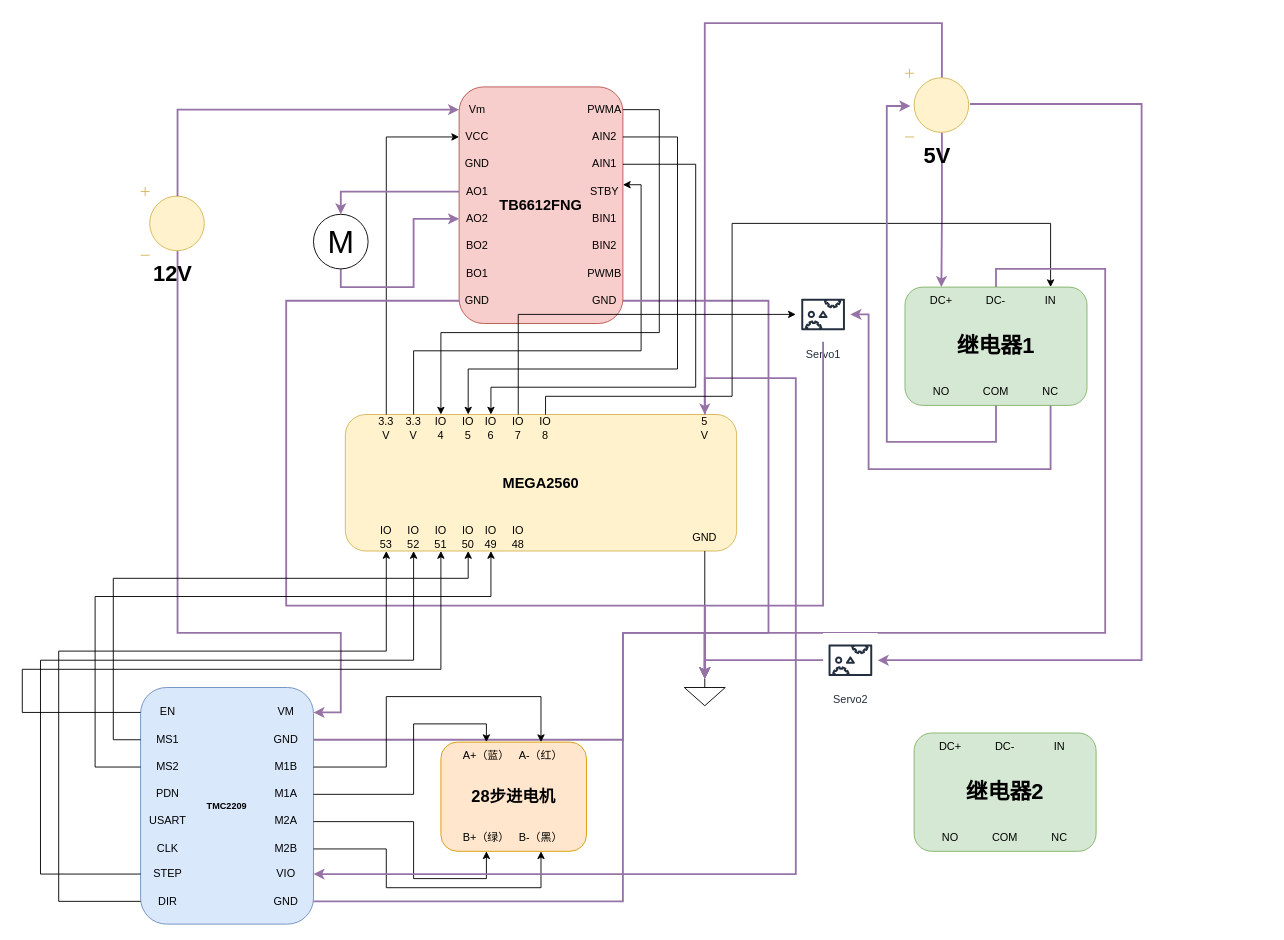
Above: 电路图出纸.drawio in xinlanzi/Induisal-design (draw.io), before the change. Source tidied: cells renumbered, new cells numbered last; positions are measured from the earlier drawing's top-left corner, leaving out a move shared by most shapes. Both pictures are drawn from the tidied source at 91%, with x=0, y=0 at pixel (22, 23).
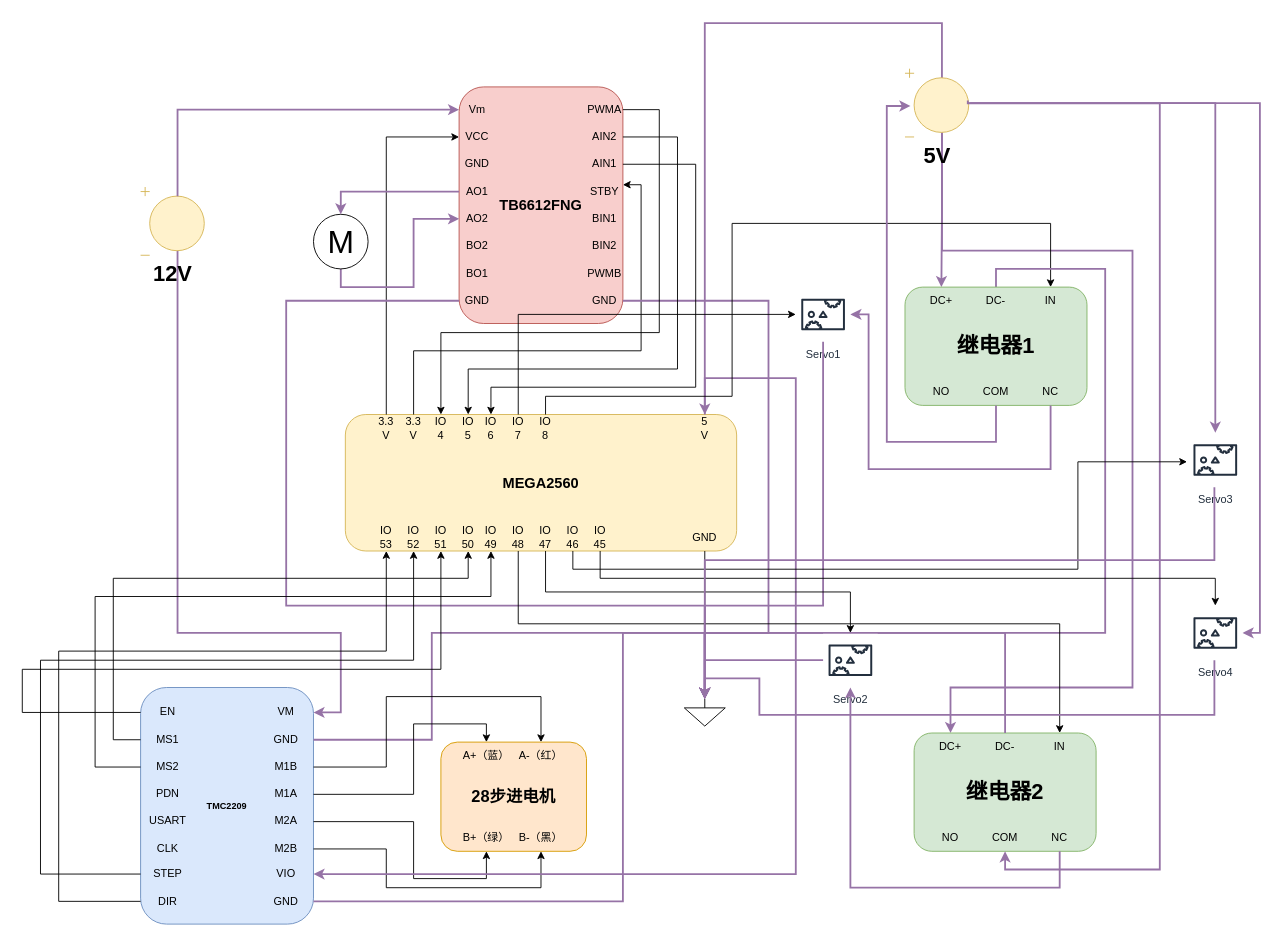
The same page after the edit.

Commit message:
更新电路图出纸.drawio

The change refers to these unchanged cells:
```xml
<mxCell id="23" style="group;" parent="1" vertex="1">
  <mxGeometry x="355" y="430" width="430" height="150" as="geometry" />
</mxCell>
<mxCell id="38" value="IO&lt;div&gt;48&lt;/div&gt;" style="text;html=1;whiteSpace=wrap;strokeColor=none;fillColor=none;align=center;verticalAlign=middle;rounded=0;" parent="23" vertex="1">
  <mxGeometry x="175" y="120" width="30" height="30" as="geometry" />
</mxCell>
<mxCell id="65" value="GND" style="text;html=1;whiteSpace=wrap;strokeColor=none;fillColor=none;align=center;verticalAlign=middle;rounded=0;" parent="54" vertex="1">
  <mxGeometry x="130" y="42.4" width="60" height="30" as="geometry" />
</mxCell>
<mxCell id="92" value="&lt;font style=&quot;font-size: 24px;&quot;&gt;&lt;b&gt;5V&lt;/b&gt;&lt;/font&gt;" style="verticalLabelPosition=bottom;shadow=0;dashed=0;align=center;html=1;verticalAlign=top;shape=mxgraph.electrical.signal_sources.dc_source_1;fillColor=#fff2cc;strokeColor=#d6b656;rotation=0;" parent="1" vertex="1">
  <mxGeometry x="970" y="50" width="70" height="75" as="geometry" />
</mxCell>
<mxCell id="106" value="Servo2" style="sketch=0;outlineConnect=0;fontColor=#232F3E;gradientColor=none;strokeColor=#232F3E;fillColor=#ffffff;dashed=0;verticalLabelPosition=bottom;verticalAlign=top;align=center;html=1;fontSize=12;fontStyle=0;shape=mxgraph.aws4.resourceIcon;resIcon=mxgraph.aws4.servo;" parent="1" vertex="1">
  <mxGeometry x="880" y="670" width="60" height="60" as="geometry" />
</mxCell>
<mxCell id="111" value="DC-" style="text;html=1;whiteSpace=wrap;strokeColor=none;fillColor=none;align=center;verticalAlign=middle;rounded=0;" parent="109" vertex="1">
  <mxGeometry x="70" width="60" height="30" as="geometry" />
</mxCell>
<mxCell id="112" value="DC+" style="text;html=1;whiteSpace=wrap;strokeColor=none;fillColor=none;align=center;verticalAlign=middle;rounded=0;" parent="109" vertex="1">
  <mxGeometry x="10" width="60" height="30" as="geometry" />
</mxCell>
<mxCell id="113" value="IN" style="text;html=1;whiteSpace=wrap;strokeColor=none;fillColor=none;align=center;verticalAlign=middle;rounded=0;" parent="109" vertex="1">
  <mxGeometry x="130" width="60" height="30" as="geometry" />
</mxCell>
<mxCell id="114" value="COM" style="text;html=1;whiteSpace=wrap;strokeColor=none;fillColor=none;align=center;verticalAlign=middle;rounded=0;" parent="109" vertex="1">
  <mxGeometry x="70" y="100" width="60" height="30" as="geometry" />
</mxCell>
<mxCell id="116" value="NC" style="text;html=1;whiteSpace=wrap;strokeColor=none;fillColor=none;align=center;verticalAlign=middle;rounded=0;" parent="109" vertex="1">
  <mxGeometry x="130" y="100" width="60" height="30" as="geometry" />
</mxCell>
```

Diff of the diagram source:
```diff
@@
+    <mxCell id="117" value="IO&lt;div&gt;47&lt;/div&gt;" style="text;html=1;whiteSpace=wrap;strokeColor=none;fillColor=none;align=center;verticalAlign=middle;rounded=0;" parent="23" vertex="1">
+      <mxGeometry x="205" y="120" width="30" height="30" as="geometry" />
+    </mxCell>
+    <mxCell id="118" value="IO&lt;div&gt;46&lt;/div&gt;" style="text;html=1;whiteSpace=wrap;strokeColor=none;fillColor=none;align=center;verticalAlign=middle;rounded=0;" parent="23" vertex="1">
+      <mxGeometry x="235" y="120" width="30" height="30" as="geometry" />
+    </mxCell>
+    <mxCell id="119" value="IO&lt;div&gt;45&lt;/div&gt;" style="text;html=1;whiteSpace=wrap;strokeColor=none;fillColor=none;align=center;verticalAlign=middle;rounded=0;" parent="23" vertex="1">
+      <mxGeometry x="265" y="120" width="30" height="30" as="geometry" />
+    </mxCell>
@@
     <mxCell id="46" style="verticalLabelPosition=bottom;shadow=0;dashed=0;align=center;html=1;verticalAlign=top;shape=mxgraph.electrical.signal_sources.signal_ground;" parent="1" vertex="1">
-      <mxGeometry x="727.5" y="720" width="45" height="30" as="geometry" />
+      <mxGeometry x="727.5" y="742.4" width="45" height="30" as="geometry" />
     </mxCell>
@@
     <mxCell id="79" style="edgeStyle=orthogonalEdgeStyle;rounded=0;jettySize=auto;html=1;exitX=1;exitY=0.5;exitDx=0;exitDy=0;entryX=0.5;entryY=0;entryDx=0;entryDy=0;entryPerimeter=0;fillColor=#e1d5e7;strokeColor=#9673a6;strokeWidth=2;" parent="1" edge="1" source="65" target="46">
       <mxGeometry relative="1" as="geometry">
         <Array as="points">
-          <mxPoint x="660" y="787" />
-          <mxPoint x="660" y="670" />
+          <mxPoint x="450" y="787" />
+          <mxPoint x="450" y="670" />
           <mxPoint x="750" y="670" />
         </Array>
       </mxGeometry>
     </mxCell>
@@
-    <mxCell id="91" style="edgeStyle=orthogonalEdgeStyle;rounded=0;jettySize=auto;html=1;exitX=1.021;exitY=0.517;exitDx=0;exitDy=0;exitPerimeter=0;fillColor=#e1d5e7;strokeColor=#9673a6;strokeWidth=2;" parent="1" edge="1" source="92" target="106">
-      <mxGeometry relative="1" as="geometry">
-        <Array as="points">
-          <mxPoint x="1230" y="89" />
-          <mxPoint x="1230" y="700" />
-        </Array>
-      </mxGeometry>
-    </mxCell>
+    <mxCell id="120" style="edgeStyle=orthogonalEdgeStyle;rounded=0;jettySize=auto;html=1;exitX=0.58;exitY=0.935;exitDx=0;exitDy=0;exitPerimeter=0;fillColor=#e1d5e7;strokeColor=#9673a6;strokeWidth=2;entryX=0.5;entryY=0;entryDx=0;entryDy=0;" parent="1" edge="1" source="92" target="112">
+      <mxGeometry relative="1" as="geometry">
+        <Array as="points">
+          <mxPoint x="1011" y="250" />
+          <mxPoint x="1220" y="250" />
+          <mxPoint x="1220" y="730" />
+          <mxPoint x="1020" y="730" />
+        </Array>
+      </mxGeometry>
+    </mxCell>
@@
+    <mxCell id="121" style="edgeStyle=orthogonalEdgeStyle;rounded=0;jettySize=auto;html=1;exitX=0.5;exitY=0;exitDx=0;exitDy=0;entryX=0.5;entryY=0;entryDx=0;entryDy=0;entryPerimeter=0;fillColor=#e1d5e7;strokeColor=#9673a6;strokeWidth=2;" parent="1" edge="1" source="111" target="46">
+      <mxGeometry relative="1" as="geometry">
+        <Array as="points">
+          <mxPoint x="1080" y="670" />
+          <mxPoint x="750" y="670" />
+        </Array>
+      </mxGeometry>
+    </mxCell>
+    <mxCell id="122" style="edgeStyle=orthogonalEdgeStyle;rounded=0;jettySize=auto;html=1;exitX=0.5;exitY=1;exitDx=0;exitDy=0;entryX=0.5;entryY=0;entryDx=0;entryDy=0;" parent="1" edge="1" source="38" target="113">
+      <mxGeometry relative="1" as="geometry">
+        <Array as="points">
+          <mxPoint x="545" y="660" />
+          <mxPoint x="1140" y="660" />
+        </Array>
+      </mxGeometry>
+    </mxCell>
+    <mxCell id="123" style="edgeStyle=orthogonalEdgeStyle;rounded=0;jettySize=auto;html=1;fillColor=#e1d5e7;strokeColor=#9673a6;strokeWidth=2;entryX=0.5;entryY=1;entryDx=0;entryDy=0;" parent="1" edge="1" target="114">
+      <mxGeometry relative="1" as="geometry">
+        <mxPoint x="1039" y="85" as="sourcePoint" />
+        <Array as="points">
+          <mxPoint x="1039" y="88" />
+          <mxPoint x="1250" y="88" />
+          <mxPoint x="1250" y="930" />
+          <mxPoint x="1080" y="930" />
+        </Array>
+      </mxGeometry>
+    </mxCell>
+    <mxCell id="124" style="edgeStyle=orthogonalEdgeStyle;rounded=0;jettySize=auto;html=1;exitX=0.5;exitY=1;exitDx=0;exitDy=0;fillColor=#e1d5e7;strokeColor=#9673a6;strokeWidth=2;" parent="1" edge="1" source="116" target="106">
+      <mxGeometry relative="1" as="geometry">
+        <Array as="points">
+          <mxPoint x="1140" y="950" />
+          <mxPoint x="910" y="950" />
+        </Array>
+      </mxGeometry>
+    </mxCell>
+    <mxCell id="125" style="edgeStyle=orthogonalEdgeStyle;rounded=0;jettySize=auto;html=1;exitX=0.5;exitY=1;exitDx=0;exitDy=0;" parent="1" edge="1" source="117" target="106">
+      <mxGeometry relative="1" as="geometry" />
+    </mxCell>
+    <mxCell id="126" value="Servo3" style="sketch=0;outlineConnect=0;fontColor=#232F3E;gradientColor=none;strokeColor=#232F3E;fillColor=#ffffff;dashed=0;verticalLabelPosition=bottom;verticalAlign=top;align=center;html=1;fontSize=12;fontStyle=0;shape=mxgraph.aws4.resourceIcon;resIcon=mxgraph.aws4.servo;" parent="1" vertex="1">
+      <mxGeometry x="1281" y="450" width="60" height="60" as="geometry" />
+    </mxCell>
+    <mxCell id="127" value="Servo4" style="sketch=0;outlineConnect=0;fontColor=#232F3E;gradientColor=none;strokeColor=#232F3E;fillColor=#ffffff;dashed=0;verticalLabelPosition=bottom;verticalAlign=top;align=center;html=1;fontSize=12;fontStyle=0;shape=mxgraph.aws4.resourceIcon;resIcon=mxgraph.aws4.servo;" parent="1" vertex="1">
+      <mxGeometry x="1281" y="640" width="60" height="60" as="geometry" />
+    </mxCell>
+    <mxCell id="128" style="edgeStyle=orthogonalEdgeStyle;rounded=0;jettySize=auto;html=1;exitX=0.5;exitY=1;exitDx=0;exitDy=0;entryX=-0.018;entryY=0.533;entryDx=0;entryDy=0;entryPerimeter=0;" parent="1" edge="1" source="118" target="126">
+      <mxGeometry relative="1" as="geometry">
+        <Array as="points">
+          <mxPoint x="605" y="600" />
+          <mxPoint x="1160" y="600" />
+          <mxPoint x="1160" y="482" />
+        </Array>
+      </mxGeometry>
+    </mxCell>
+    <mxCell id="129" style="edgeStyle=orthogonalEdgeStyle;rounded=0;jettySize=auto;html=1;exitX=0.5;exitY=1;exitDx=0;exitDy=0;" parent="1" edge="1" source="119" target="127">
+      <mxGeometry relative="1" as="geometry" />
+    </mxCell>
+    <mxCell id="130" style="edgeStyle=orthogonalEdgeStyle;rounded=0;jettySize=auto;html=1;fillColor=#e1d5e7;strokeColor=#9673a6;strokeWidth=2;exitX=1.024;exitY=0.504;exitDx=0;exitDy=0;exitPerimeter=0;" parent="1" edge="1" source="92" target="127">
+      <mxGeometry relative="1" as="geometry">
+        <Array as="points">
+          <mxPoint x="1360" y="88" />
+          <mxPoint x="1360" y="670" />
+        </Array>
+      </mxGeometry>
+    </mxCell>
+    <mxCell id="131" style="edgeStyle=orthogonalEdgeStyle;rounded=0;jettySize=auto;html=1;fillColor=#e1d5e7;strokeColor=#9673a6;strokeWidth=2;exitX=0.973;exitY=0.504;exitDx=0;exitDy=0;exitPerimeter=0;" parent="1" edge="1" source="92" target="126">
+      <mxGeometry relative="1" as="geometry">
+        <Array as="points">
+          <mxPoint x="1311" y="88" />
+        </Array>
+      </mxGeometry>
+    </mxCell>
+    <mxCell id="132" style="edgeStyle=orthogonalEdgeStyle;rounded=0;jettySize=auto;html=1;fillColor=#e1d5e7;strokeColor=#9673a6;strokeWidth=2;entryX=0.5;entryY=0;entryDx=0;entryDy=0;entryPerimeter=0;" parent="1" edge="1" source="127" target="46">
+      <mxGeometry relative="1" as="geometry">
+        <Array as="points">
+          <mxPoint x="1310" y="760" />
+          <mxPoint x="810" y="760" />
+          <mxPoint x="810" y="720" />
+        </Array>
+      </mxGeometry>
+    </mxCell>
+    <mxCell id="133" style="edgeStyle=orthogonalEdgeStyle;rounded=0;jettySize=auto;html=1;fillColor=#e1d5e7;strokeColor=#9673a6;strokeWidth=2;entryX=0.5;entryY=0;entryDx=0;entryDy=0;entryPerimeter=0;" parent="1" edge="1" target="46">
+      <mxGeometry relative="1" as="geometry">
+        <mxPoint x="1310" y="510" as="sourcePoint" />
+        <Array as="points">
+          <mxPoint x="1310" y="590" />
+          <mxPoint x="750" y="590" />
+        </Array>
+      </mxGeometry>
+    </mxCell>
```
